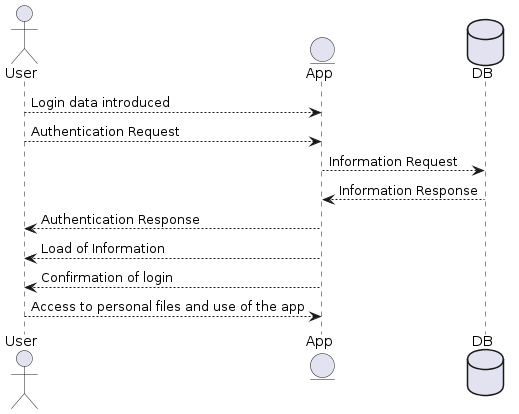
Before: images/Sequence diagram1.png, a diagram exported from PlantUML (Arquisoft/lomap_es4a).
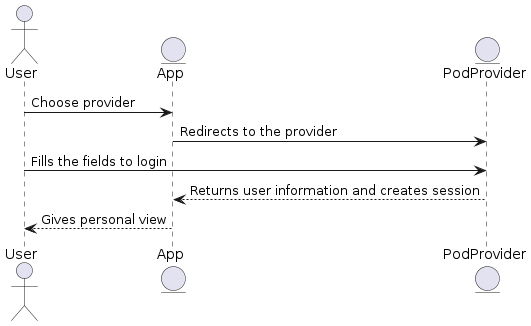
The same file after the commit.

What changed in the source:
```diff
@@ -1,13 +1,10 @@
 @startuml
 actor User
 entity App
-database Pod as "DB"
-User--> App: Login data introduced
-User --> App: Authentication Request
-App --> Pod: Information Request
-Pod -->App: Information Response
-App --> User: Authentication Response
-App --> User: Load of Information
-App --> User: Confirmation of login
-User --> App: Access to personal files and use of the app
+entity PodProvider
+User -> App: Choose provider
+App ->PodProvider: Redirects to the provider
+User -> PodProvider: Fills the fields to login
+PodProvider --> App: Returns user information and creates session
+App--> User: Gives personal view
 @enduml
```
